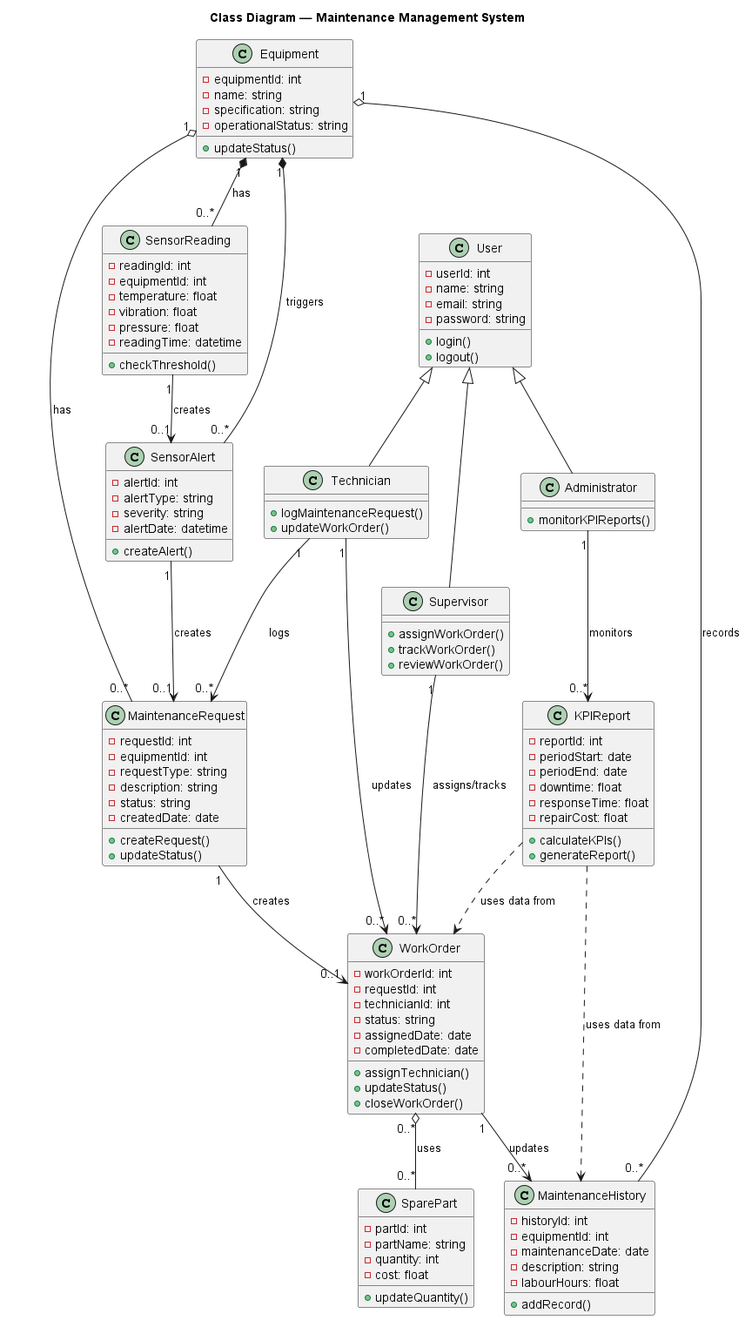
xalameen8633-dotcom/Software-engineering-project keeps this PlantUML diagram as uml/Structure/class_diagram.png. Above is the earlier version. The source it was exported from:
```plantuml
@startuml
title Class Diagram — Maintenance Management System

class User {
  - userId: int
  - name: string
  - email: string
  - password: string
  + login()
  + logout()
}

class Technician {
  + logMaintenanceRequest()
  + updateWorkOrder()
}

class Supervisor {
  + assignWorkOrder()
  + trackWorkOrder()
  + reviewWorkOrder()
}

class Administrator {
  + monitorKPIReports()
}

User <|-- Technician
User <|-- Supervisor
User <|-- Administrator

class Equipment {
  - equipmentId: int
  - name: string
  - specification: string
  - operationalStatus: string
  + updateStatus()
}

class MaintenanceRequest {
  - requestId: int
  - equipmentId: int
  - requestType: string
  - description: string
  - status: string
  - createdDate: date
  + createRequest()
  + updateStatus()
}

class WorkOrder {
  - workOrderId: int
  - requestId: int
  - technicianId: int
  - status: string
  - assignedDate: date
  - completedDate: date
  + assignTechnician()
  + updateStatus()
  + closeWorkOrder()
}

class MaintenanceHistory {
  - historyId: int
  - equipmentId: int
  - maintenanceDate: date
  - description: string
  - labourHours: float
  + addRecord()
}

class SparePart {
  - partId: int
  - partName: string
  - quantity: int
  - cost: float
  + updateQuantity()
}

class SensorReading {
  - readingId: int
  - equipmentId: int
  - temperature: float
  - vibration: float
  - pressure: float
  - readingTime: datetime
  + checkThreshold()
}

class SensorAlert {
  - alertId: int
  - alertType: string
  - severity: string
  - alertDate: datetime
  + createAlert()
}

class KPIReport {
  - reportId: int
  - periodStart: date
  - periodEnd: date
  - downtime: float
  - responseTime: float
  - repairCost: float
  + calculateKPIs()
  + generateReport()
}

Technician "1" --> "0..*" MaintenanceRequest : logs
Technician "1" --> "0..*" WorkOrder : updates
Supervisor "1" --> "0..*" WorkOrder : assigns/tracks
Administrator "1" --> "0..*" KPIReport : monitors

Equipment "1" o-- "0..*" MaintenanceRequest : has
Equipment "1" o-- "0..*" MaintenanceHistory : records
Equipment "1" *-- "0..*" SensorReading : has
Equipment "1" *-- "0..*" SensorAlert : triggers

MaintenanceRequest "1" --> "0..1" WorkOrder : creates
WorkOrder "1" --> "0..*" MaintenanceHistory : updates
WorkOrder "0..*" o-- "0..*" SparePart : uses

SensorReading "1" --> "0..1" SensorAlert : creates
SensorAlert "1" --> "0..1" MaintenanceRequest : creates

KPIReport ..> WorkOrder : uses data from
KPIReport ..> MaintenanceHistory : uses data from

@enduml
```
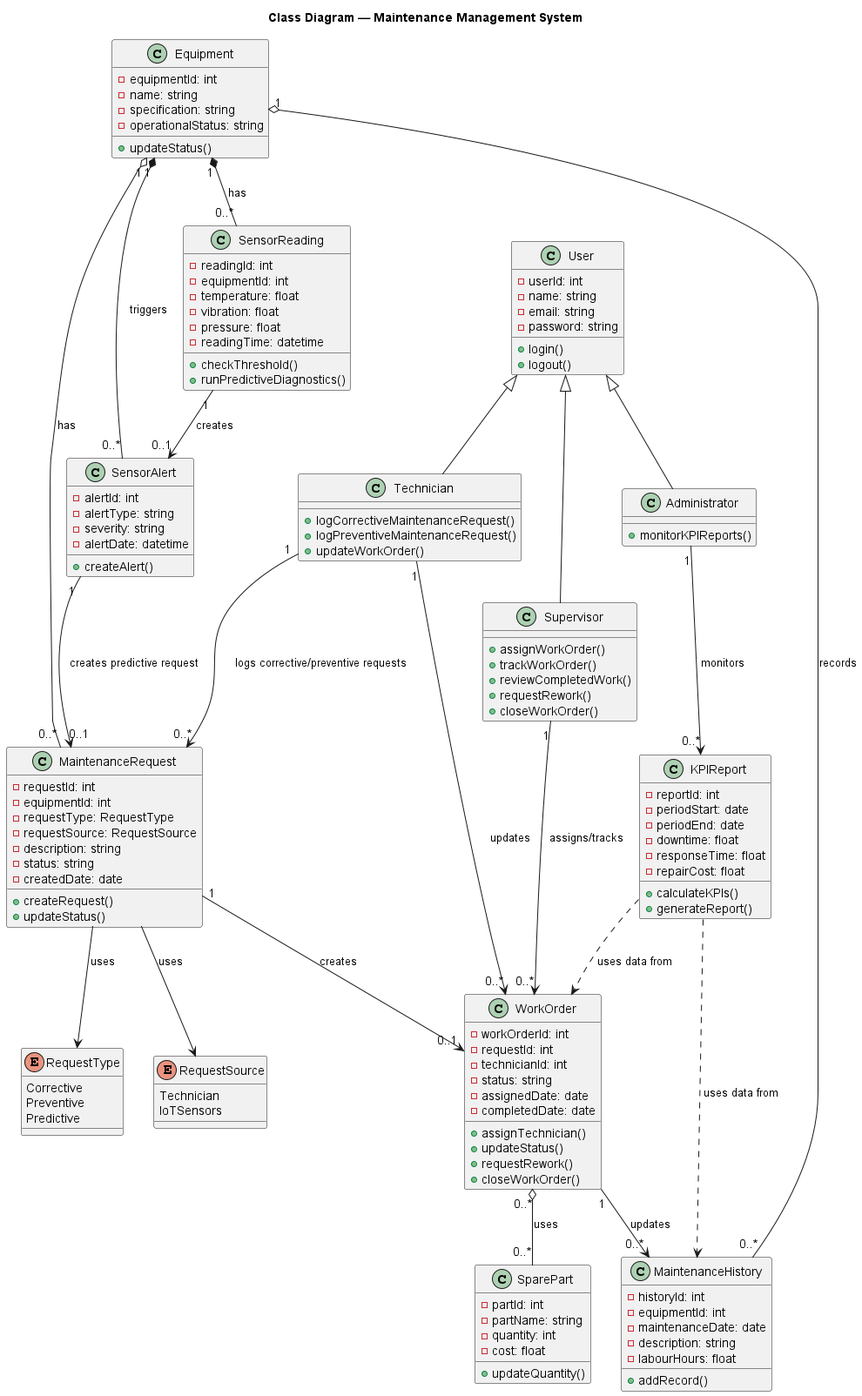
The same diagram one commit later.

The edit, as a diff of the source:
```diff
@@ -11,14 +11,17 @@
 }
 
 class Technician {
-  + logMaintenanceRequest()
+  + logCorrectiveMaintenanceRequest()
+  + logPreventiveMaintenanceRequest()
   + updateWorkOrder()
 }
 
 class Supervisor {
   + assignWorkOrder()
   + trackWorkOrder()
-  + reviewWorkOrder()
+  + reviewCompletedWork()
+  + requestRework()
+  + closeWorkOrder()
 }
 
 class Administrator {
@@ -28,6 +31,17 @@
 User <|-- Technician
 User <|-- Supervisor
 User <|-- Administrator
+
+enum RequestType {
+  Corrective
+  Preventive
+  Predictive
+}
+
+enum RequestSource {
+  Technician
+  IoTSensors
+}
 
 class Equipment {
   - equipmentId: int
@@ -40,7 +54,8 @@
 class MaintenanceRequest {
   - requestId: int
   - equipmentId: int
-  - requestType: string
+  - requestType: RequestType
+  - requestSource: RequestSource
   - description: string
   - status: string
   - createdDate: date
@@ -57,6 +72,7 @@
   - completedDate: date
   + assignTechnician()
   + updateStatus()
+  + requestRework()
   + closeWorkOrder()
 }
 
@@ -85,6 +101,7 @@
   - pressure: float
   - readingTime: datetime
   + checkThreshold()
+  + runPredictiveDiagnostics()
 }
 
 class SensorAlert {
@@ -106,7 +123,7 @@
   + generateReport()
 }
 
-Technician "1" --> "0..*" MaintenanceRequest : logs
+Technician "1" --> "0..*" MaintenanceRequest : logs corrective/preventive requests
 Technician "1" --> "0..*" WorkOrder : updates
 Supervisor "1" --> "0..*" WorkOrder : assigns/tracks
 Administrator "1" --> "0..*" KPIReport : monitors
@@ -117,11 +134,14 @@
 Equipment "1" *-- "0..*" SensorAlert : triggers
 
 MaintenanceRequest "1" --> "0..1" WorkOrder : creates
+MaintenanceRequest --> RequestType : uses
+MaintenanceRequest --> RequestSource : uses
+
 WorkOrder "1" --> "0..*" MaintenanceHistory : updates
 WorkOrder "0..*" o-- "0..*" SparePart : uses
 
 SensorReading "1" --> "0..1" SensorAlert : creates
-SensorAlert "1" --> "0..1" MaintenanceRequest : creates
+SensorAlert "1" --> "0..1" MaintenanceRequest : creates predictive request
 
 KPIReport ..> WorkOrder : uses data from
 KPIReport ..> MaintenanceHistory : uses data from
```
